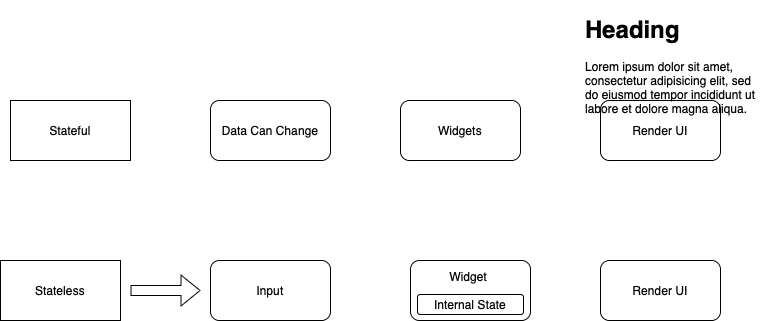
The draw.io diagram chapter01/state02.png in joeynor/mad, before a commit. Source tidied: cells renumbered, new cells last; positions are measured from the earlier drawing's top-left corner, leaving out a move shared by most shapes. Source of this version:
```xml
<mxGraphModel>
  <root>
    <mxCell id="0" />
    <mxCell id="1" parent="0" />
    <mxCell id="2" value="Stateful" style="rounded=0;whiteSpace=wrap;html=1;" parent="1" vertex="1">
      <mxGeometry x="10" y="90" width="120" height="60" as="geometry" />
    </mxCell>
    <mxCell id="3" value="Stateless" style="rounded=0;whiteSpace=wrap;html=1;" parent="1" vertex="1">
      <mxGeometry y="250" width="120" height="60" as="geometry" />
    </mxCell>
    <mxCell id="4" value="Data Can Change" style="rounded=1;whiteSpace=wrap;html=1;" parent="1" vertex="1">
      <mxGeometry x="210" y="90" width="120" height="60" as="geometry" />
    </mxCell>
    <mxCell id="5" value="Widgets" style="rounded=1;whiteSpace=wrap;html=1;" parent="1" vertex="1">
      <mxGeometry x="400" y="90" width="120" height="60" as="geometry" />
    </mxCell>
    <mxCell id="6" value="Render UI" style="rounded=1;whiteSpace=wrap;html=1;" parent="1" vertex="1">
      <mxGeometry x="600" y="90" width="120" height="60" as="geometry" />
    </mxCell>
    <mxCell id="7" value="Input" style="rounded=1;whiteSpace=wrap;html=1;" parent="1" vertex="1">
      <mxGeometry x="210" y="250" width="120" height="60" as="geometry" />
    </mxCell>
    <mxCell id="8" value="Widget&amp;nbsp;&lt;br&gt;&lt;br&gt;Internal State" style="rounded=1;whiteSpace=wrap;html=1;" parent="1" vertex="1">
      <mxGeometry x="410" y="250" width="120" height="60" as="geometry" />
    </mxCell>
    <mxCell id="9" value="Render UI" style="rounded=1;whiteSpace=wrap;html=1;" parent="1" vertex="1">
      <mxGeometry x="600" y="250" width="120" height="60" as="geometry" />
    </mxCell>
    <mxCell id="10" style="rounded=1;whiteSpace=wrap;html=1;fillColor=none;" parent="1" vertex="1">
      <mxGeometry x="417" y="284" width="106" height="20" as="geometry" />
    </mxCell>
    <mxCell id="11" style="shape=flexArrow;endArrow=classic;html=1;" parent="1" edge="1">
      <mxGeometry relative="1" as="geometry">
        <mxPoint x="130" y="280" as="sourcePoint" />
        <mxPoint x="200" y="280" as="targetPoint" />
      </mxGeometry>
    </mxCell>
    <mxCell id="12" value="&lt;h1&gt;Heading&lt;/h1&gt;&lt;p&gt;Lorem ipsum dolor sit amet, consectetur adipisicing elit, sed do eiusmod tempor incididunt ut labore et dolore magna aliqua.&lt;/p&gt;" style="text;html=1;strokeColor=none;fillColor=none;spacing=5;spacingTop=-20;whiteSpace=wrap;overflow=hidden;rounded=0;" parent="1" vertex="1">
      <mxGeometry x="580" width="190" height="120" as="geometry" />
    </mxCell>
  </root>
</mxGraphModel>
```
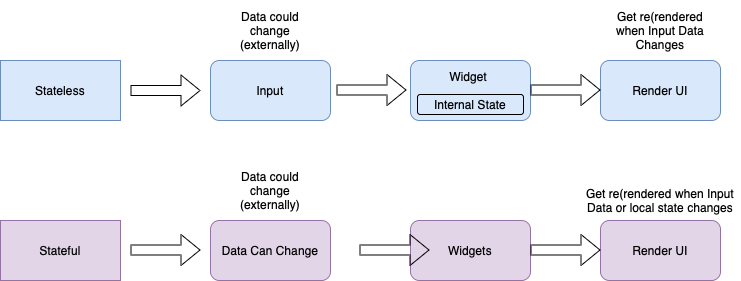
Above is the later version.

Diff of the diagram source:
```diff
@@ -2,28 +2,28 @@
   <root>
     <mxCell id="0" />
     <mxCell id="1" parent="0" />
-    <mxCell id="2" value="Stateful" style="rounded=0;whiteSpace=wrap;html=1;" parent="1" vertex="1">
-      <mxGeometry x="10" y="90" width="120" height="60" as="geometry" />
+    <mxCell id="2" value="Stateful" style="rounded=0;whiteSpace=wrap;html=1;fillColor=#e1d5e7;strokeColor=#9673a6;" parent="1" vertex="1">
+      <mxGeometry y="410" width="120" height="60" as="geometry" />
     </mxCell>
-    <mxCell id="3" value="Stateless" style="rounded=0;whiteSpace=wrap;html=1;" parent="1" vertex="1">
+    <mxCell id="3" value="Stateless" style="rounded=0;whiteSpace=wrap;html=1;fillColor=#dae8fc;strokeColor=#6c8ebf;" parent="1" vertex="1">
       <mxGeometry y="250" width="120" height="60" as="geometry" />
     </mxCell>
-    <mxCell id="4" value="Data Can Change" style="rounded=1;whiteSpace=wrap;html=1;" parent="1" vertex="1">
-      <mxGeometry x="210" y="90" width="120" height="60" as="geometry" />
+    <mxCell id="4" value="Data Can Change" style="rounded=1;whiteSpace=wrap;html=1;fillColor=#e1d5e7;strokeColor=#9673a6;" parent="1" vertex="1">
+      <mxGeometry x="210" y="410" width="120" height="60" as="geometry" />
     </mxCell>
-    <mxCell id="5" value="Widgets" style="rounded=1;whiteSpace=wrap;html=1;" parent="1" vertex="1">
-      <mxGeometry x="400" y="90" width="120" height="60" as="geometry" />
+    <mxCell id="5" value="Widgets" style="rounded=1;whiteSpace=wrap;html=1;fillColor=#e1d5e7;strokeColor=#9673a6;" parent="1" vertex="1">
+      <mxGeometry x="410" y="410" width="120" height="60" as="geometry" />
     </mxCell>
-    <mxCell id="6" value="Render UI" style="rounded=1;whiteSpace=wrap;html=1;" parent="1" vertex="1">
-      <mxGeometry x="600" y="90" width="120" height="60" as="geometry" />
+    <mxCell id="6" value="Render UI" style="rounded=1;whiteSpace=wrap;html=1;fillColor=#e1d5e7;strokeColor=#9673a6;" parent="1" vertex="1">
+      <mxGeometry x="600" y="410" width="120" height="60" as="geometry" />
     </mxCell>
-    <mxCell id="7" value="Input" style="rounded=1;whiteSpace=wrap;html=1;" parent="1" vertex="1">
+    <mxCell id="7" value="Input" style="rounded=1;whiteSpace=wrap;html=1;fillColor=#dae8fc;strokeColor=#6c8ebf;" parent="1" vertex="1">
       <mxGeometry x="210" y="250" width="120" height="60" as="geometry" />
     </mxCell>
-    <mxCell id="8" value="Widget&amp;nbsp;&lt;br&gt;&lt;br&gt;Internal State" style="rounded=1;whiteSpace=wrap;html=1;" parent="1" vertex="1">
+    <mxCell id="8" value="Widget&amp;nbsp;&lt;br&gt;&lt;br&gt;Internal State" style="rounded=1;whiteSpace=wrap;html=1;fillColor=#dae8fc;strokeColor=#6c8ebf;" parent="1" vertex="1">
       <mxGeometry x="410" y="250" width="120" height="60" as="geometry" />
     </mxCell>
-    <mxCell id="9" value="Render UI" style="rounded=1;whiteSpace=wrap;html=1;" parent="1" vertex="1">
+    <mxCell id="9" value="Render UI" style="rounded=1;whiteSpace=wrap;html=1;fillColor=#dae8fc;strokeColor=#6c8ebf;" parent="1" vertex="1">
       <mxGeometry x="600" y="250" width="120" height="60" as="geometry" />
     </mxCell>
     <mxCell id="10" style="rounded=1;whiteSpace=wrap;html=1;fillColor=none;" parent="1" vertex="1">
@@ -35,8 +35,47 @@
         <mxPoint x="200" y="280" as="targetPoint" />
       </mxGeometry>
     </mxCell>
-    <mxCell id="12" value="&lt;h1&gt;Heading&lt;/h1&gt;&lt;p&gt;Lorem ipsum dolor sit amet, consectetur adipisicing elit, sed do eiusmod tempor incididunt ut labore et dolore magna aliqua.&lt;/p&gt;" style="text;html=1;strokeColor=none;fillColor=none;spacing=5;spacingTop=-20;whiteSpace=wrap;overflow=hidden;rounded=0;" parent="1" vertex="1">
-      <mxGeometry x="580" width="190" height="120" as="geometry" />
-    </mxCell>
+    <mxCell id="13" style="shape=flexArrow;endArrow=classic;html=1;" parent="1" edge="1">
+      <mxGeometry relative="1" as="geometry">
+        <mxPoint x="130" y="439.5" as="sourcePoint" />
+        <mxPoint x="200" y="439.5" as="targetPoint" />
+      </mxGeometry>
+    </mxCell>
+    <mxCell id="14" style="shape=flexArrow;endArrow=classic;html=1;" parent="1" edge="1">
+      <mxGeometry relative="1" as="geometry">
+        <mxPoint x="336" y="279.5" as="sourcePoint" />
+        <mxPoint x="406" y="279.5" as="targetPoint" />
+      </mxGeometry>
+    </mxCell>
+    <mxCell id="15" style="shape=flexArrow;endArrow=classic;html=1;" parent="1" edge="1">
+      <mxGeometry relative="1" as="geometry">
+        <mxPoint x="359" y="439.5" as="sourcePoint" />
+        <mxPoint x="429" y="439.5" as="targetPoint" />
+      </mxGeometry>
+    </mxCell>
+    <mxCell id="16" style="shape=flexArrow;endArrow=classic;html=1;" parent="1" edge="1">
+      <mxGeometry relative="1" as="geometry">
+        <mxPoint x="530" y="439.5" as="sourcePoint" />
+        <mxPoint x="600" y="439.5" as="targetPoint" />
+      </mxGeometry>
+    </mxCell>
+    <mxCell id="17" style="shape=flexArrow;endArrow=classic;html=1;" parent="1" edge="1">
+      <mxGeometry relative="1" as="geometry">
+        <mxPoint x="530" y="279.5" as="sourcePoint" />
+        <mxPoint x="600" y="279.5" as="targetPoint" />
+      </mxGeometry>
+    </mxCell>
+    <mxCell id="18" value="Data could change&lt;br&gt;(externally)" style="text;html=1;strokeColor=none;fillColor=none;align=center;verticalAlign=middle;whiteSpace=wrap;rounded=0;" parent="1" vertex="1">
+      <mxGeometry x="220" y="190" width="100" height="60" as="geometry" />
+    </mxCell>
+    <mxCell id="19" value="Get re(rendered when Input Data Changes" style="text;html=1;strokeColor=none;fillColor=none;align=center;verticalAlign=middle;whiteSpace=wrap;rounded=0;" parent="1" vertex="1">
+      <mxGeometry x="610" y="190" width="100" height="60" as="geometry" />
+    </mxCell>
+    <mxCell id="20" value="Data could change&lt;br&gt;(externally)" style="text;html=1;strokeColor=none;fillColor=none;align=center;verticalAlign=middle;whiteSpace=wrap;rounded=0;" parent="1" vertex="1">
+      <mxGeometry x="220" y="350" width="100" height="60" as="geometry" />
+    </mxCell>
+    <mxCell id="21" value="Get re(rendered when Input Data or local state changes" style="text;html=1;strokeColor=none;fillColor=none;align=center;verticalAlign=middle;whiteSpace=wrap;rounded=0;" parent="1" vertex="1">
+      <mxGeometry x="580" y="360" width="160" height="60" as="geometry" />
+    </mxCell>
   </root>
 </mxGraphModel>
```
